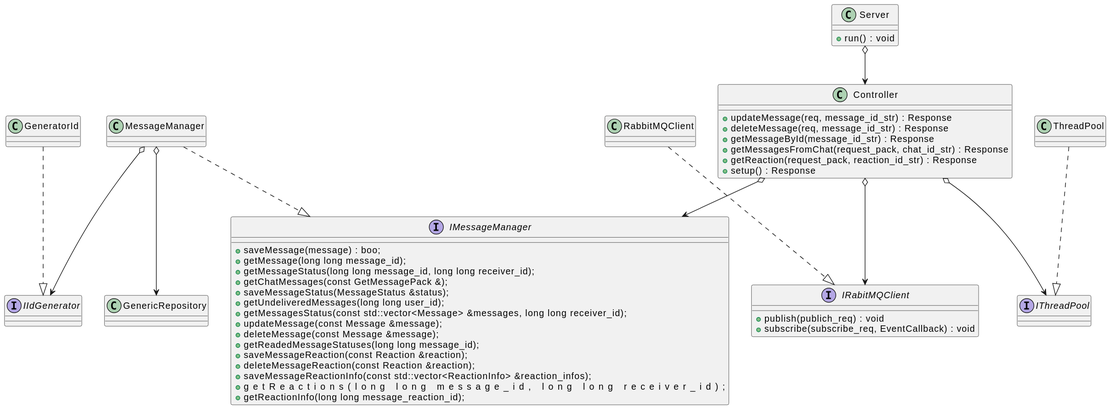
Earlier version of the PlantUML export architecture/services/messageservice.svg (Roma3214185/Messanger).
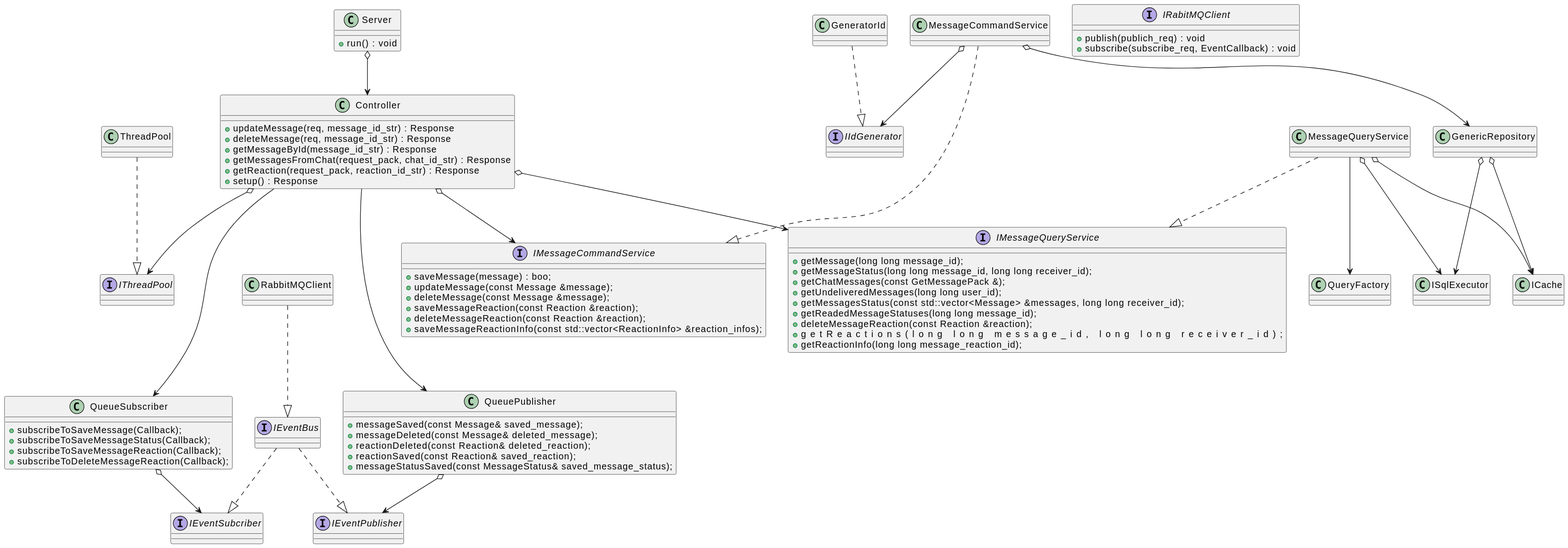
The same diagram one commit later.

Commit message:
deploy: 8a4de9c6c94160428b9930487dd969fcfe2d038a

Diff of the diagram source:
```diff
@@ -12,20 +12,23 @@
   + setup() : Response
 }
 
-interface IMessageManager {
+interface IMessageCommandService {
   + saveMessage(message) : boo;
+  + updateMessage(const Message &message);
+  + deleteMessage(const Message &message);
+  + saveMessageReaction(const Reaction &reaction);
+  + deleteMessageReaction(const Reaction &reaction);
+  + saveMessageReactionInfo(const std::vector<ReactionInfo> &reaction_infos);
+}
+
+interface IMessageQueryService {
   + getMessage(long long message_id);
   + getMessageStatus(long long message_id, long long receiver_id);
   + getChatMessages(const GetMessagePack &);
-  + saveMessageStatus(MessageStatus &status);
   + getUndeliveredMessages(long long user_id);
   + getMessagesStatus(const std::vector<Message> &messages, long long receiver_id);
-  + updateMessage(const Message &message);
-  + deleteMessage(const Message &message);
   + getReadedMessageStatuses(long long message_id);
-  + saveMessageReaction(const Reaction &reaction);
   + deleteMessageReaction(const Reaction &reaction);
-  + saveMessageReactionInfo(const std::vector<ReactionInfo> &reaction_infos);
   + getReactions(long long message_id,                                                                            long long receiver_id);
   + getReactionInfo(long long message_reaction_id);
 }
@@ -50,17 +53,54 @@
 
 }
 
-RabbitMQClient ..|> IRabitMQClient
+interface IEventPublisher
+interface IEventSubcriber
+
+class QueuePublisher {
+  + messageSaved(const Message& saved_message);
+  + messageDeleted(const Message& deleted_message);
+  + reactionDeleted(const Reaction& deleted_reaction);
+  + reactionSaved(const Reaction& saved_reaction);
+  + messageStatusSaved(const MessageStatus& saved_message_status);
+}
+
+class QueueSubscriber {
+  + subscribeToSaveMessage(Callback);
+  + subscribeToSaveMessageStatus(Callback);
+  + subscribeToSaveMessageReaction(Callback);
+  + subscribeToDeleteMessageReaction(Callback);
+}
+
+interface IEventBus
+
+RabbitMQClient ..|> IEventBus
 
 Server o--> Controller
 
-Controller o--> IRabitMQClient
+IEventBus ..|> IEventPublisher
+IEventBus ..|> IEventSubcriber
+
+QueuePublisher o--> IEventPublisher
+QueueSubscriber o--> IEventSubcriber
+
+Controller ---> QueuePublisher
+Controller ---> QueueSubscriber
 Controller o--> IThreadPool
-Controller o--> IMessageManager
+Controller o--> IMessageCommandService
+Controller o--> IMessageQueryService
 
-MessageManager ..|> IMessageManager
-MessageManager o--> GenericRepository
-MessageManager o--> IIdGenerator
+
+MessageCommandService ..|> IMessageCommandService
+MessageCommandService o--> GenericRepository
+MessageCommandService o--> IIdGenerator
+
+MessageQueryService ..|> IMessageQueryService
+MessageQueryService o--> ISqlExecutor
+MessageQueryService o--> ICache
+MessageQueryService --> QueryFactory
+
+GenericRepository o--> ISqlExecutor
+GenericRepository o--> ICache
 
 GeneratorId ..|> IIdGenerator
 
```
